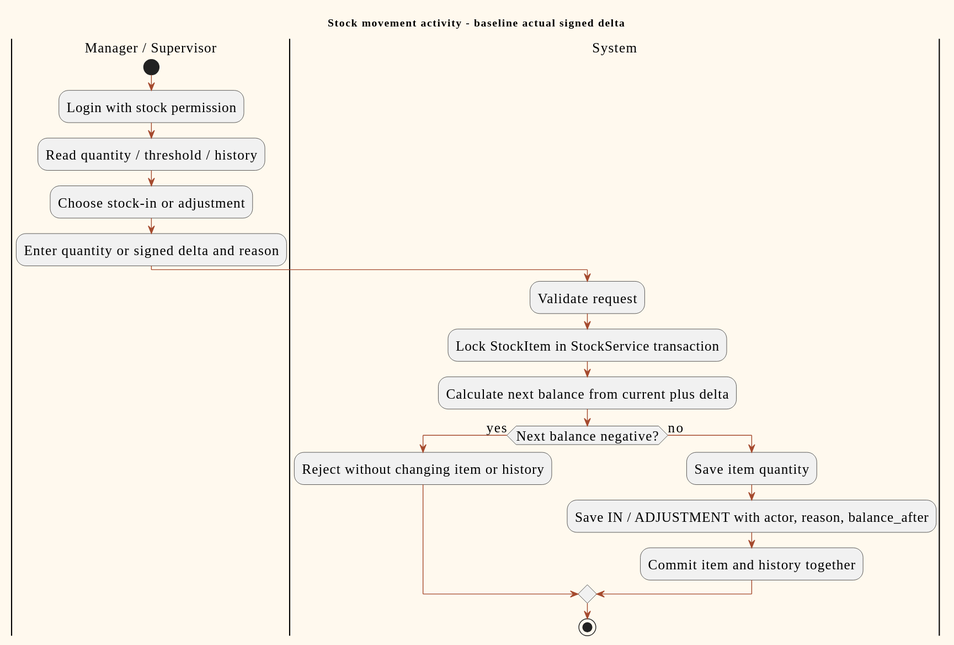
Above: doc/diagrams/previews/activity-stock.svg in PavaritPramual/buffet-restaurant-management-system (PlantUML), before the change.
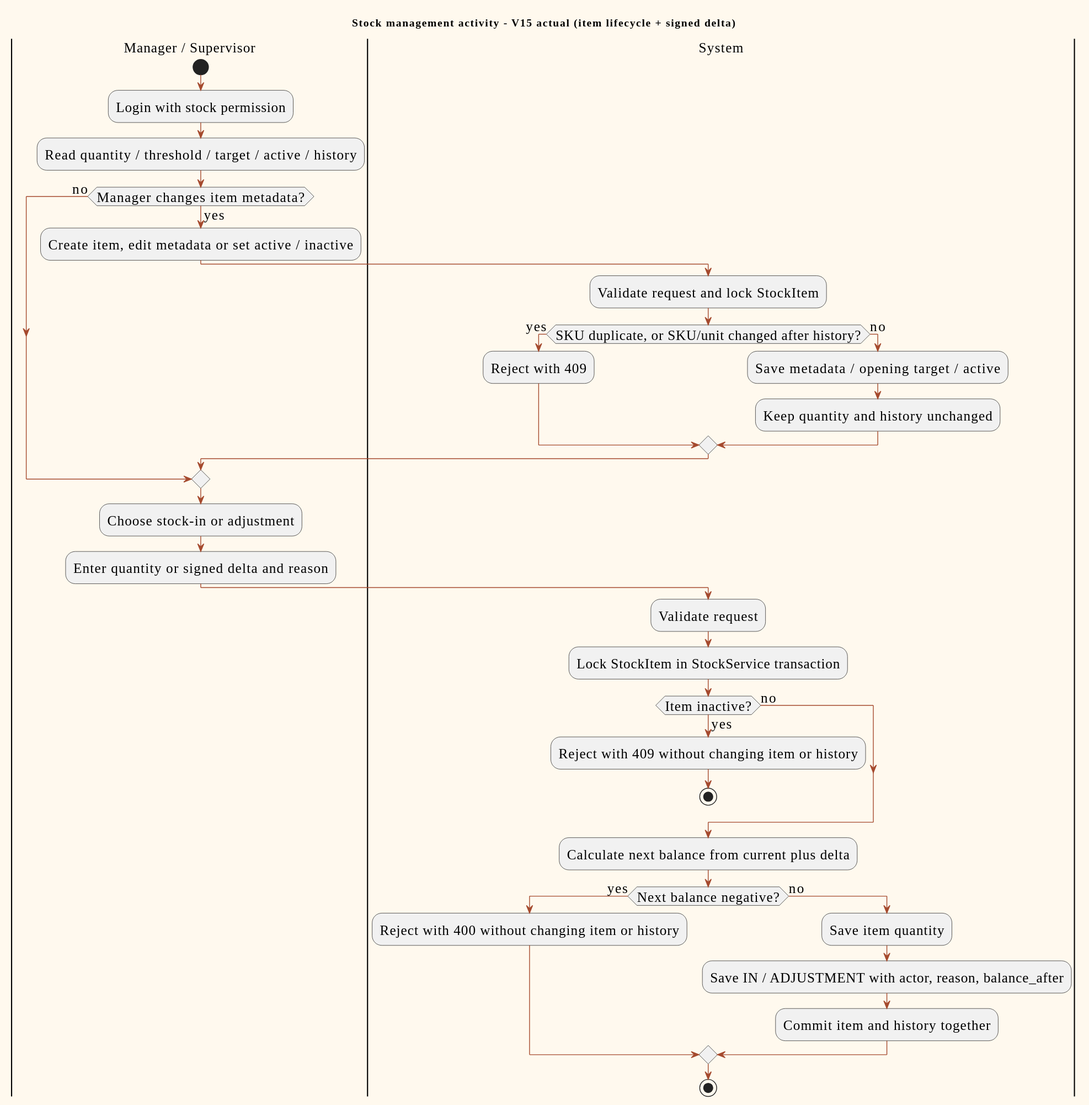
The same file after the commit.

Diff of the diagram source:
```diff
@@ -11,19 +11,37 @@
 skinparam actorBorderColor #173A45
 skinparam usecaseBackgroundColor #F2E6D4
 skinparam usecaseBorderColor #A54A2E
-title Stock movement activity - baseline actual signed delta
+title Stock management activity - V15 actual (item lifecycle + signed delta)
 |Manager / Supervisor|
 start
 :Login with stock permission;
-:Read quantity / threshold / history;
+:Read quantity / threshold / target / active / history;
+if (Manager changes item metadata?) then (yes)
+ :Create item, edit metadata or set active / inactive;
+ |System|
+ :Validate request and lock StockItem;
+ if (SKU duplicate, or SKU/unit changed after history?) then (yes)
+  :Reject with 409;
+ else (no)
+  :Save metadata / opening target / active;
+  :Keep quantity and history unchanged;
+ endif
+ |Manager / Supervisor|
+else (no)
+endif
 :Choose stock-in or adjustment;
 :Enter quantity or signed delta and reason;
 |System|
 :Validate request;
 :Lock StockItem in StockService transaction;
+if (Item inactive?) then (yes)
+ :Reject with 409 without changing item or history;
+ stop
+else (no)
+endif
 :Calculate next balance from current plus delta;
 if (Next balance negative?) then (yes)
- :Reject without changing item or history;
+ :Reject with 400 without changing item or history;
 else (no)
  :Save item quantity;
  :Save IN / ADJUSTMENT with actor, reason, balance_after;
```
